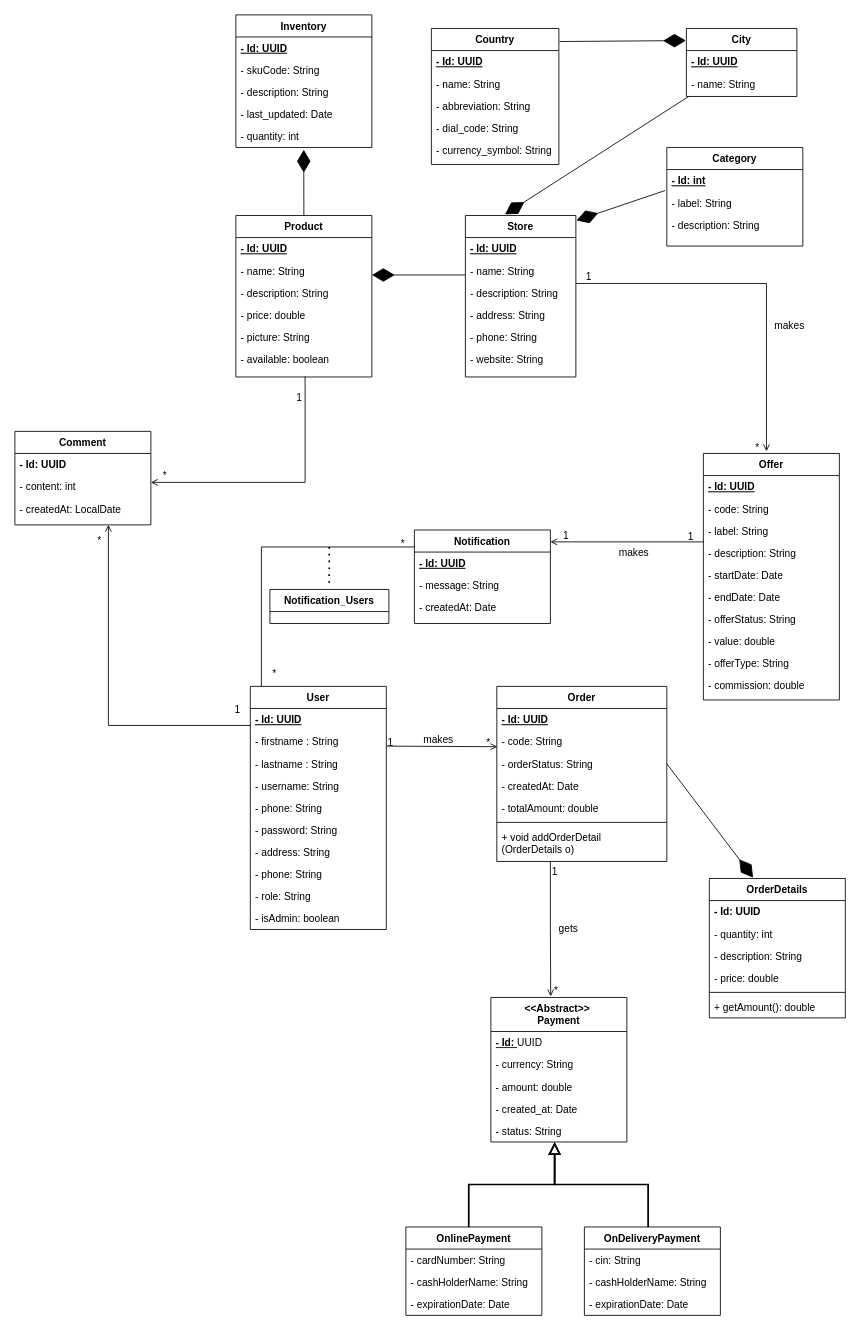
Before: circuit_store.drawio in amine-elarass49/angular_doc, a draw.io diagram. Source tidied: cells renumbered, new cells numbered last; positions are measured from the earlier drawing's top-left corner, leaving out a move shared by most shapes. Both pictures are drawn from the tidied source at 85%, with x=0, y=0 at pixel (14, 14).
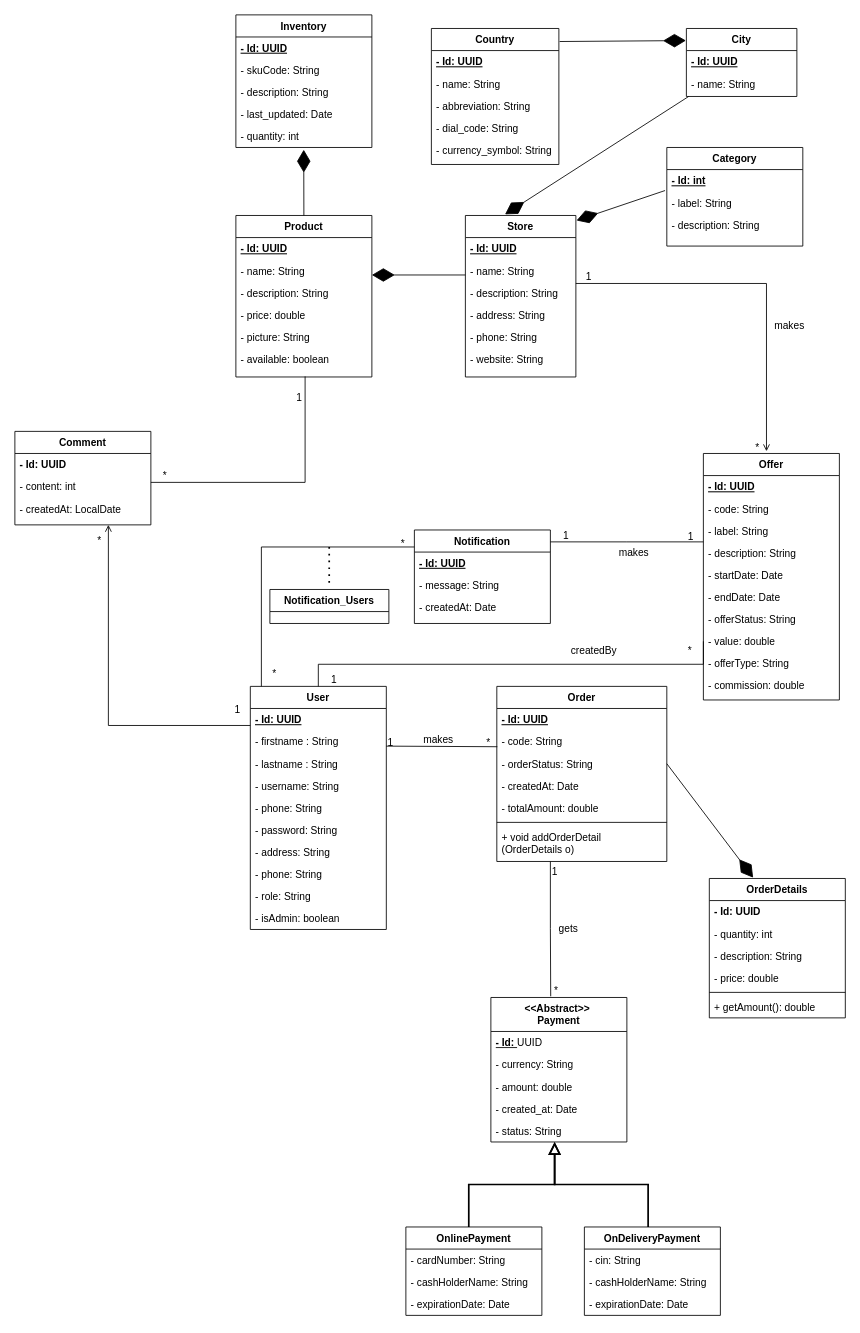
Above is the later version.

Unchanged cells that the change refers to:
```xml
<mxCell id="15" value="- available: boolean" style="text;align=left;verticalAlign=top;spacingLeft=4;spacingRight=4;overflow=hidden;points=[[0,0.5],[1,0.5]];portConstraint=eastwest;rounded=0;shadow=0;html=0;" parent="9" vertex="1">
  <mxGeometry y="156" width="160" height="34" as="geometry" />
</mxCell>
<mxCell id="31" value="- code: String" style="text;align=left;verticalAlign=top;spacingLeft=4;spacingRight=4;overflow=hidden;points=[[0,0.5],[1,0.5]];portConstraint=eastwest;rounded=0;shadow=0;html=0;" parent="29" vertex="1">
  <mxGeometry y="52" width="200" height="26" as="geometry" />
</mxCell>
<mxCell id="44" value="User" style="swimlane;fontStyle=1;align=center;verticalAlign=top;horizontal=1;startSize=26;rounded=0;shadow=0;strokeWidth=1;" parent="1" vertex="1">
  <mxGeometry x="277" y="790" width="160" height="286" as="geometry" />
</mxCell>
<mxCell id="60" value="&lt;div&gt;&amp;lt;&amp;lt;Abstract&amp;gt;&amp;gt;&amp;nbsp;&lt;/div&gt;&lt;div&gt;Payment&lt;/div&gt;" style="swimlane;fontStyle=1;align=center;verticalAlign=top;horizontal=1;startSize=40;whiteSpace=wrap;html=1;" parent="1" vertex="1">
  <mxGeometry x="560" y="1156" width="160" height="170" as="geometry" />
</mxCell>
<mxCell id="83" value="Offer&#10;" style="swimlane;fontStyle=1;align=center;verticalAlign=top;horizontal=1;startSize=26;rounded=0;shadow=0;strokeWidth=1;" parent="1" vertex="1">
  <mxGeometry x="810" y="516" width="160" height="290" as="geometry" />
</mxCell>
<mxCell id="91" value="- value: double" style="text;align=left;verticalAlign=top;spacingLeft=4;spacingRight=4;overflow=hidden;points=[[0,0.5],[1,0.5]];portConstraint=eastwest;rounded=0;shadow=0;html=0;" parent="83" vertex="1">
  <mxGeometry y="208" width="160" height="26" as="geometry" />
</mxCell>
```

Diff of the diagram source:
```diff
@@
-    <mxCell id="76" style="endArrow=open;shadow=0;strokeWidth=1;rounded=0;curved=0;endFill=1;edgeStyle=elbowEdgeStyle;elbow=vertical;entryX=0.003;entryY=0.722;entryDx=0;entryDy=0;entryPerimeter=0;" parent="1" edge="1" target="31">
+    <mxCell id="76" style="endArrow=none;shadow=0;strokeWidth=1;rounded=0;curved=0;endFill=0;edgeStyle=elbowEdgeStyle;elbow=vertical;entryX=0.003;entryY=0.722;entryDx=0;entryDy=0;entryPerimeter=0;" parent="1" edge="1" target="31">
       <mxGeometry x="0.5" y="41" relative="1" as="geometry">
         <mxPoint x="437" y="860.3" as="sourcePoint" />
         <mxPoint x="-40" y="32" as="offset" />
       </mxGeometry>
     </mxCell>
@@
-    <mxCell id="94" style="endArrow=open;shadow=0;strokeWidth=1;rounded=0;curved=0;endFill=1;edgeStyle=elbowEdgeStyle;elbow=vertical;entryX=0.44;entryY=-0.008;entryDx=0;entryDy=0;entryPerimeter=0;" parent="1" edge="1" target="60">
+    <mxCell id="94" style="endArrow=none;shadow=0;strokeWidth=1;rounded=0;curved=0;endFill=0;edgeStyle=elbowEdgeStyle;elbow=vertical;entryX=0.44;entryY=-0.008;entryDx=0;entryDy=0;entryPerimeter=0;" parent="1" edge="1" target="60">
       <mxGeometry x="0.5" y="41" relative="1" as="geometry">
         <mxPoint x="630" y="996" as="sourcePoint" />
         <mxPoint x="-40" y="32" as="offset" />
       </mxGeometry>
     </mxCell>
@@
-    <mxCell id="107" style="endArrow=open;shadow=0;strokeWidth=1;rounded=0;curved=0;endFill=1;edgeStyle=elbowEdgeStyle;elbow=vertical;exitX=0.509;exitY=0.981;exitDx=0;exitDy=0;exitPerimeter=0;" parent="1" edge="1" source="15">
+    <mxCell id="107" style="endArrow=none;shadow=0;strokeWidth=1;rounded=0;curved=0;endFill=0;edgeStyle=elbowEdgeStyle;elbow=vertical;exitX=0.509;exitY=0.981;exitDx=0;exitDy=0;exitPerimeter=0;startArrow=none;startFill=0;" parent="1" edge="1" source="15">
       <mxGeometry x="0.5" y="41" relative="1" as="geometry">
         <mxPoint x="160" y="550" as="targetPoint" />
         <Array as="points">
           <mxPoint x="560" y="550" />
         </Array>
         <mxPoint x="-40" y="32" as="offset" />
       </mxGeometry>
     </mxCell>
@@
-    <mxCell id="125" style="endArrow=open;shadow=0;strokeWidth=1;rounded=0;curved=0;endFill=1;edgeStyle=elbowEdgeStyle;elbow=vertical;" parent="1" edge="1" source="83">
+    <mxCell id="125" style="endArrow=none;shadow=0;strokeWidth=1;rounded=0;curved=0;endFill=0;edgeStyle=elbowEdgeStyle;elbow=vertical;" parent="1" edge="1" source="83">
       <mxGeometry x="0.5" y="41" relative="1" as="geometry">
         <mxPoint x="630" y="620" as="targetPoint" />
         <mxPoint x="-40" y="32" as="offset" />
       </mxGeometry>
     </mxCell>
@@
+    <mxCell id="129" style="endArrow=none;shadow=0;strokeWidth=1;rounded=0;curved=0;endFill=0;edgeStyle=elbowEdgeStyle;elbow=vertical;exitX=0;exitY=0.5;exitDx=0;exitDy=0;" parent="1" edge="1" source="91" target="44">
+      <mxGeometry x="0.5" y="41" relative="1" as="geometry">
+        <mxPoint x="-40" y="32" as="offset" />
+      </mxGeometry>
+    </mxCell>
+    <mxCell id="130" value="*" style="align=left;verticalAlign=bottom;labelBackgroundColor=none;fontSize=12;" parent="129" vertex="1">
+      <mxGeometry x="-1" relative="1" as="geometry">
+        <mxPoint x="-20" y="19" as="offset" />
+      </mxGeometry>
+    </mxCell>
+    <mxCell id="131" value="1" style="align=right;verticalAlign=bottom;labelBackgroundColor=none;fontSize=12;" parent="129" vertex="1">
+      <mxGeometry x="1" relative="1" as="geometry">
+        <mxPoint x="23" y="1" as="offset" />
+      </mxGeometry>
+    </mxCell>
+    <mxCell id="132" value="createdBy" style="text;html=1;align=center;verticalAlign=middle;labelBackgroundColor=none;rounded=0;shadow=0;strokeWidth=1;fontSize=12;" parent="129" vertex="1">
+      <mxGeometry x="0.5" y="49" relative="1" as="geometry">
+        <mxPoint x="223" y="-66" as="offset" />
+      </mxGeometry>
+    </mxCell>
```
